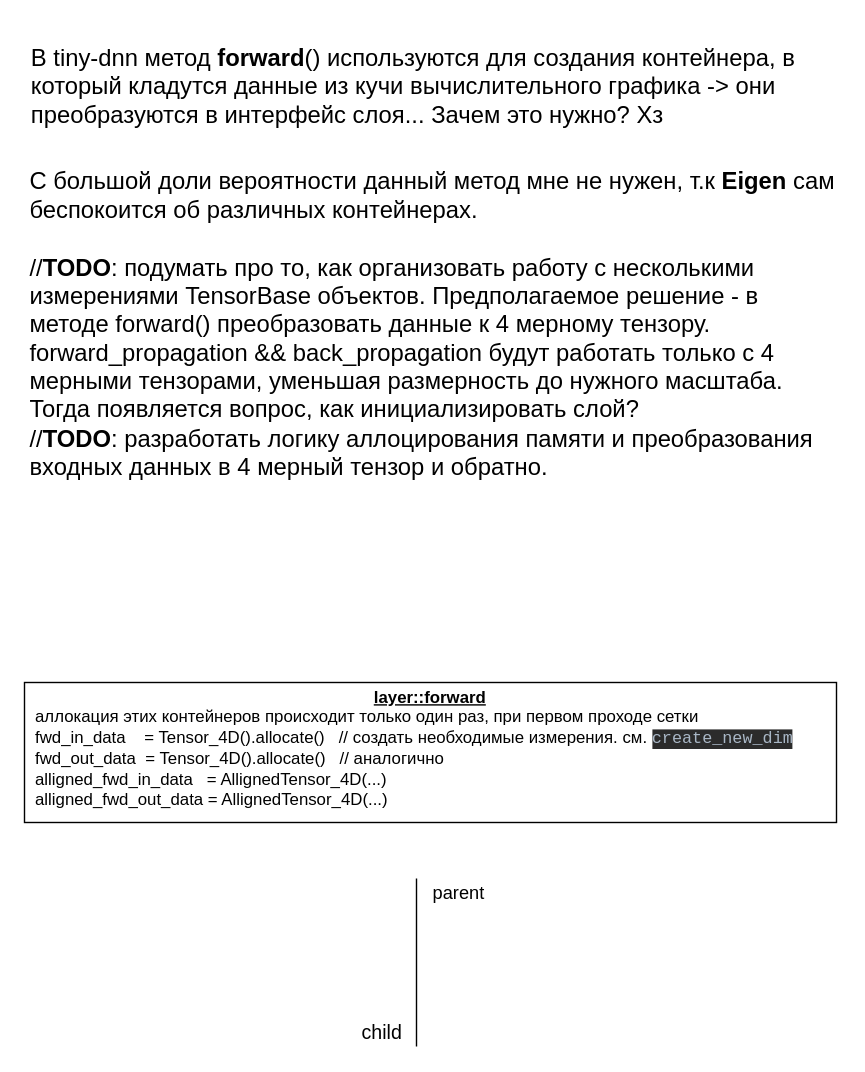
The draw.io diagram page "layer::forward" (2 of 9) of logic.drawio in xsdnn/xsdnn, before the edit. Source tidied: cells renumbered, new cells numbered last; positions are measured from the earlier drawing's top-left corner, leaving out a move shared by most shapes. Both pictures are drawn from the tidied source at 140%, with x=0, y=0 at pixel (24, 24).
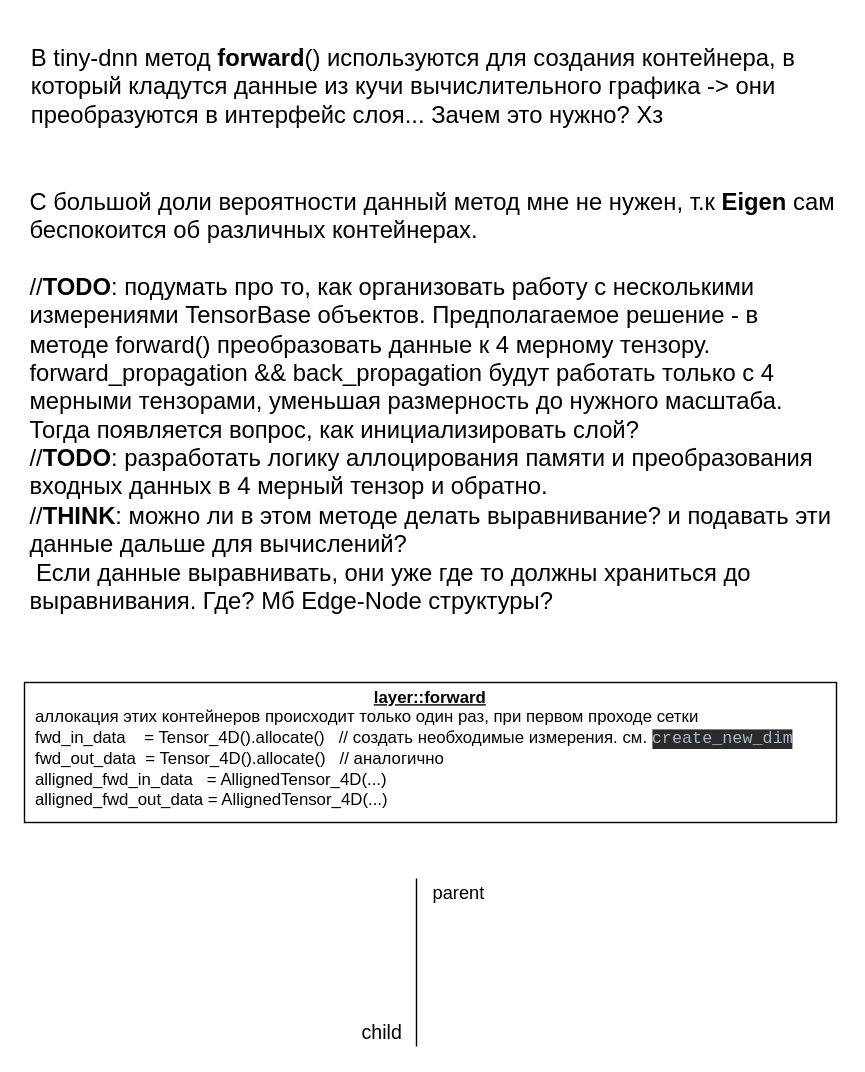
Above is the later version.

Diff of the diagram source:
```diff
@@
 <mxGraphModel>
   <root>
     <mxCell id="0" />
     <mxCell id="1" parent="0" />
     <mxCell id="2" value="&lt;font style=&quot;font-size: 17px;&quot;&gt;В tiny-dnn метод &lt;b&gt;forward&lt;/b&gt;() используются для создания контейнера, в который кладутся данные из кучи вычислительного графика -&amp;gt; они преобразуются в интерфейс слоя... Зачем это нужно? Хз&lt;/font&gt;" style="text;html=1;strokeColor=none;fillColor=none;align=left;verticalAlign=middle;whiteSpace=wrap;rounded=0;" parent="1" vertex="1">
       <mxGeometry x="3" width="580" height="90" as="geometry" />
     </mxCell>
-    <mxCell id="3" value="С большой доли вероятности данный метод мне не нужен, т.к &lt;b&gt;Eigen&lt;/b&gt; сам беспокоится об различных контейнерах.&lt;br&gt;&lt;br&gt;//&lt;b&gt;TODO&lt;/b&gt;: подумать про то, как организовать работу с несколькими измерениями TensorBase объектов. Предполагаемое решение - в методе forward() преобразовать данные к 4 мерному тензору. forward_propagation &amp;amp;&amp;amp; back_propagation будут работать только с 4 мерными тензорами, уменьшая размерность до нужного масштаба. Тогда появляется вопрос, как инициализировать слой?&amp;nbsp;&lt;br&gt;//&lt;b&gt;TODO&lt;/b&gt;: разработать логику аллоцирования памяти и преобразования входных данных в 4 мерный тензор и обратно." style="text;html=1;strokeColor=none;fillColor=none;align=left;verticalAlign=middle;whiteSpace=wrap;rounded=0;fontSize=17;" parent="1" vertex="1">
-      <mxGeometry x="2" y="100" width="580" height="230" as="geometry" />
+    <mxCell id="3" value="С большой доли вероятности данный метод мне не нужен, т.к &lt;b&gt;Eigen&lt;/b&gt; сам беспокоится об различных контейнерах.&lt;br&gt;&lt;br&gt;//&lt;b&gt;TODO&lt;/b&gt;: подумать про то, как организовать работу с несколькими измерениями TensorBase объектов. Предполагаемое решение - в методе forward() преобразовать данные к 4 мерному тензору. forward_propagation &amp;amp;&amp;amp; back_propagation будут работать только с 4 мерными тензорами, уменьшая размерность до нужного масштаба. Тогда появляется вопрос, как инициализировать слой?&amp;nbsp;&lt;br&gt;//&lt;b&gt;TODO&lt;/b&gt;: разработать логику аллоцирования памяти и преобразования входных данных в 4 мерный тензор и обратно.&lt;br&gt;//&lt;b&gt;THINK&lt;/b&gt;: можно ли в этом методе делать выравнивание? и подавать эти данные дальше для вычислений?&amp;nbsp;&lt;br&gt;&lt;span style=&quot;white-space: pre;&quot;&gt; &lt;/span&gt;Если данные выравнивать, они уже где то должны храниться до выравнивания. Где? Мб Edge-Node структуры?" style="text;html=1;strokeColor=none;fillColor=none;align=left;verticalAlign=middle;whiteSpace=wrap;rounded=0;fontSize=17;" parent="1" vertex="1">
+      <mxGeometry x="2" y="100" width="580" height="340" as="geometry" />
     </mxCell>
     <mxCell id="4" style="endArrow=none;html=1;edgeStyle=orthogonalEdgeStyle;rounded=0;" parent="1" edge="1">
       <mxGeometry relative="1" as="geometry">
         <mxPoint x="280" y="610" as="sourcePoint" />
         <mxPoint x="280" y="730" as="targetPoint" />
       </mxGeometry>
     </mxCell>
     <mxCell id="5" value="parent" style="edgeLabel;html=1;align=left;verticalAlign=bottom;fontSize=13;" parent="4" vertex="1">
       <mxGeometry x="-1" relative="1" as="geometry">
         <mxPoint x="10" y="20" as="offset" />
       </mxGeometry>
     </mxCell>
     <mxCell id="6" value="child" style="edgeLabel;html=1;align=right;verticalAlign=bottom;fontSize=14;" parent="4" vertex="1">
       <mxGeometry x="1" relative="1" as="geometry">
         <mxPoint x="-10" as="offset" />
       </mxGeometry>
     </mxCell>
     <mxCell id="7" value="&lt;p style=&quot;margin:0px;margin-top:4px;text-align:center;text-decoration:underline;&quot;&gt;&lt;b&gt;layer::forward&lt;/b&gt;&lt;/p&gt;&lt;p style=&quot;margin:0px;margin-left:8px;&quot;&gt;аллокация этих контейнеров происходит только один раз, при первом проходе сетки&lt;/p&gt;&lt;p style=&quot;margin:0px;margin-left:8px;&quot;&gt;&lt;span style=&quot;background-color: initial;&quot;&gt;fwd_in_data&amp;nbsp; &amp;nbsp;&lt;span style=&quot;&quot;&gt; &lt;/span&gt;= Tensor_4D().allocate()&amp;nbsp; &amp;nbsp;// создать необходимые измерения. см.&amp;nbsp;&lt;/span&gt;&lt;span style=&quot;background-color: rgb(43, 43, 43); color: rgb(169, 183, 198); font-family: &amp;quot;JetBrains Mono&amp;quot;, monospace;&quot;&gt;create_new_dim&lt;/span&gt;&lt;br&gt;&lt;/p&gt;&lt;p style=&quot;margin:0px;margin-left:8px;&quot;&gt;fwd_out_data&amp;nbsp; = Tensor_4D().allocate()&amp;nbsp; &amp;nbsp;// аналогично&lt;/p&gt;&lt;p style=&quot;margin:0px;margin-left:8px;&quot;&gt;alligned_fwd_in_data&amp;nbsp; &amp;nbsp;= AllignedTensor_4D(...)&amp;nbsp;&lt;/p&gt;&lt;p style=&quot;margin:0px;margin-left:8px;&quot;&gt;alligned_fwd_out_data = AllignedTensor_4D(...)&amp;nbsp;&lt;/p&gt;&lt;p style=&quot;margin:0px;margin-left:8px;&quot;&gt;&lt;br&gt;&lt;/p&gt;" style="verticalAlign=top;align=left;overflow=fill;fontSize=12;fontFamily=Helvetica;html=1;" parent="1" vertex="1">
       <mxGeometry y="470" width="580" height="100" as="geometry" />
     </mxCell>
   </root>
 </mxGraphModel>
```
